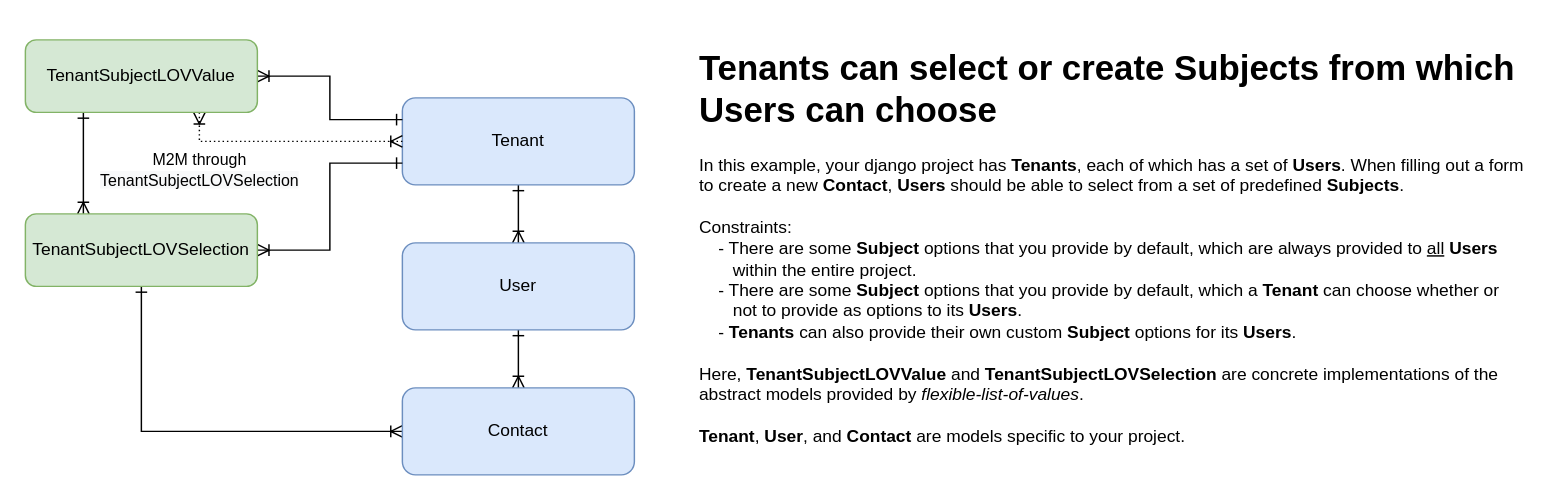
Above: page "Page-1" (1 of 2) of docs/media/FlexibleLOVDescription.drawio in OmenApps/flexible-list-of-values (draw.io), before the change. Source tidied: cells renumbered, new cells numbered last; positions are measured from the earlier drawing's top-left corner, leaving out a move shared by most shapes. Both pictures are drawn from the tidied source at 145%, with x=0, y=0 at pixel (25, 39).
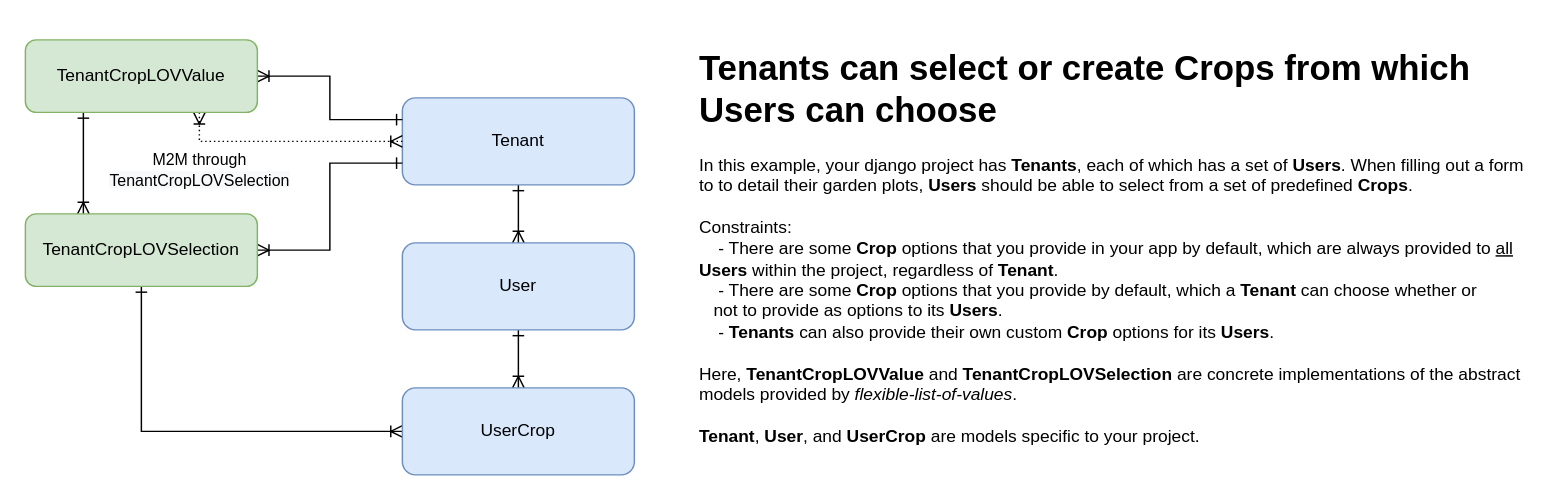
The same page after the edit.

Commit message (it also covers changes not shown here):
Update Readme and diagram to better explain the package

The edit, as a diff of the source:
```diff
@@
 <mxGraphModel>
   <root>
     <mxCell id="0" />
     <mxCell id="1" parent="0" />
     <mxCell id="2" style="edgeStyle=orthogonalEdgeStyle;rounded=0;jettySize=auto;html=1;exitX=0.5;exitY=1;exitDx=0;exitDy=0;endArrow=ERoneToMany;endFill=0;startArrow=ERone;startFill=0;" parent="1" edge="1" source="3" target="12">
       <mxGeometry relative="1" as="geometry" />
     </mxCell>
     <mxCell id="3" value="Tenant" style="rounded=1;whiteSpace=wrap;html=1;fillColor=#dae8fc;strokeColor=#6c8ebf;" parent="1" vertex="1">
       <mxGeometry x="260" y="40" width="160" height="60" as="geometry" />
     </mxCell>
     <mxCell id="4" style="edgeStyle=orthogonalEdgeStyle;rounded=0;jettySize=auto;html=1;exitX=0;exitY=0.25;exitDx=0;exitDy=0;entryX=1;entryY=0.5;entryDx=0;entryDy=0;startArrow=ERone;startFill=0;endArrow=ERoneToMany;endFill=0;" parent="1" edge="1" source="3" target="7">
       <mxGeometry relative="1" as="geometry" />
     </mxCell>
     <mxCell id="5" style="edgeStyle=orthogonalEdgeStyle;rounded=0;jettySize=auto;html=1;exitX=0.25;exitY=1;exitDx=0;exitDy=0;entryX=0.25;entryY=0;entryDx=0;entryDy=0;startArrow=ERone;startFill=0;endArrow=ERoneToMany;endFill=0;" parent="1" edge="1" source="7" target="10">
       <mxGeometry relative="1" as="geometry" />
     </mxCell>
-    <mxCell id="6" value="&lt;font style=&quot;font-size: 11px&quot;&gt;M2M through&lt;span style=&quot;background-color: rgb(255 , 255 , 255)&quot;&gt;&lt;br&gt;&lt;/span&gt;&lt;span style=&quot;background-color: rgb(248 , 249 , 250)&quot;&gt;TenantSubjectLOVSelection&lt;/span&gt;&lt;/font&gt;" style="edgeStyle=orthogonalEdgeStyle;rounded=0;jettySize=auto;html=1;exitX=0.75;exitY=1;exitDx=0;exitDy=0;entryX=0;entryY=0.5;entryDx=0;entryDy=0;startArrow=ERoneToMany;startFill=0;endArrow=ERoneToMany;endFill=0;dashed=1;dashPattern=1 2;" parent="1" edge="1" source="7" target="3">
+    <mxCell id="6" value="&lt;font style=&quot;font-size: 11px&quot;&gt;M2M through&lt;span style=&quot;background-color: rgb(255 , 255 , 255)&quot;&gt;&lt;br&gt;&lt;/span&gt;&lt;span style=&quot;background-color: rgb(248 , 249 , 250)&quot;&gt;TenantCropLOVSelection&lt;/span&gt;&lt;/font&gt;" style="edgeStyle=orthogonalEdgeStyle;rounded=0;jettySize=auto;html=1;exitX=0.75;exitY=1;exitDx=0;exitDy=0;entryX=0;entryY=0.5;entryDx=0;entryDy=0;startArrow=ERoneToMany;startFill=0;endArrow=ERoneToMany;endFill=0;dashed=1;dashPattern=1 2;" parent="1" edge="1" source="7" target="3">
       <mxGeometry x="-0.75" y="-20" relative="1" as="geometry" />
     </mxCell>
-    <mxCell id="7" value="TenantSubjectLOVValue" style="rounded=1;whiteSpace=wrap;html=1;fillColor=#d5e8d4;strokeColor=#82b366;" parent="1" vertex="1">
+    <mxCell id="7" value="TenantCropLOVValue" style="rounded=1;whiteSpace=wrap;html=1;fillColor=#d5e8d4;strokeColor=#82b366;" parent="1" vertex="1">
       <mxGeometry width="160" height="50" as="geometry" />
     </mxCell>
     <mxCell id="8" style="edgeStyle=orthogonalEdgeStyle;rounded=0;jettySize=auto;html=1;exitX=0;exitY=0.75;exitDx=0;exitDy=0;entryX=1;entryY=0.5;entryDx=0;entryDy=0;startArrow=ERone;startFill=0;endArrow=ERoneToMany;endFill=0;" parent="1" edge="1" source="3" target="10">
       <mxGeometry relative="1" as="geometry" />
     </mxCell>
     <mxCell id="9" style="edgeStyle=orthogonalEdgeStyle;rounded=0;jettySize=auto;html=1;exitX=0.5;exitY=1;exitDx=0;exitDy=0;entryX=0;entryY=0.5;entryDx=0;entryDy=0;startArrow=ERone;startFill=0;endArrow=ERoneToMany;endFill=0;" parent="1" edge="1" source="10" target="13">
       <mxGeometry relative="1" as="geometry" />
     </mxCell>
-    <mxCell id="10" value="TenantSubjectLOVSelection" style="rounded=1;whiteSpace=wrap;html=1;fillColor=#d5e8d4;strokeColor=#82b366;" parent="1" vertex="1">
+    <mxCell id="10" value="TenantCropLOVSelection" style="rounded=1;whiteSpace=wrap;html=1;fillColor=#d5e8d4;strokeColor=#82b366;" parent="1" vertex="1">
       <mxGeometry y="120" width="160" height="50" as="geometry" />
     </mxCell>
     <mxCell id="11" style="edgeStyle=orthogonalEdgeStyle;rounded=0;jettySize=auto;html=1;exitX=0.5;exitY=1;exitDx=0;exitDy=0;entryX=0.5;entryY=0;entryDx=0;entryDy=0;startArrow=ERone;startFill=0;endArrow=ERoneToMany;endFill=0;" parent="1" edge="1" source="12" target="13">
       <mxGeometry relative="1" as="geometry" />
     </mxCell>
     <mxCell id="12" value="User" style="rounded=1;whiteSpace=wrap;html=1;fillColor=#dae8fc;strokeColor=#6c8ebf;" parent="1" vertex="1">
       <mxGeometry x="260" y="140" width="160" height="60" as="geometry" />
     </mxCell>
-    <mxCell id="13" value="Contact" style="rounded=1;whiteSpace=wrap;html=1;fillColor=#dae8fc;strokeColor=#6c8ebf;" parent="1" vertex="1">
+    <mxCell id="13" value="UserCrop" style="rounded=1;whiteSpace=wrap;html=1;fillColor=#dae8fc;strokeColor=#6c8ebf;" parent="1" vertex="1">
       <mxGeometry x="260" y="240" width="160" height="60" as="geometry" />
     </mxCell>
-    <mxCell id="14" value="&lt;h1&gt;Tenants can select or create Subjects from which Users can choose&lt;/h1&gt;&lt;p&gt;&lt;/p&gt;&lt;span style=&quot;text-align: center&quot;&gt;&lt;div style=&quot;text-align: left&quot;&gt;In this example, your django project has &lt;b&gt;Tenants&lt;/b&gt;, each of which has a set of &lt;b&gt;Users&lt;/b&gt;. When filling out a form to create a new &lt;b&gt;Contact&lt;/b&gt;, &lt;b&gt;Users&lt;/b&gt; should be able to select from a set of predefined&amp;nbsp;&lt;b&gt;Subjects&lt;/b&gt;.&lt;/div&gt;&lt;div style=&quot;text-align: left&quot;&gt;&lt;span&gt;&lt;br&gt;&lt;/span&gt;&lt;/div&gt;&lt;div style=&quot;text-align: left&quot;&gt;&lt;span&gt;Constraints:&lt;/span&gt;&lt;/div&gt;&lt;div style=&quot;text-align: left&quot;&gt;&amp;nbsp; &amp;nbsp; - There are some &lt;b&gt;Subject&lt;/b&gt; options that you provide by default, which are always provided to &lt;u&gt;all&lt;/u&gt; &lt;b&gt;Users&lt;/b&gt;&amp;nbsp; &amp;nbsp; &amp;nbsp; &amp;nbsp; &amp;nbsp; &amp;nbsp; &amp;nbsp;&lt;span&gt;within the entire project.&lt;/span&gt;&lt;/div&gt;&lt;div style=&quot;text-align: left&quot;&gt;&amp;nbsp; &amp;nbsp; - There are some &lt;b&gt;Subject&lt;/b&gt; options that you provide by default, which a &lt;b&gt;Tenant&lt;/b&gt; can choose whether or&amp;nbsp; &amp;nbsp; &amp;nbsp; &amp;nbsp; &amp;nbsp; &amp;nbsp; &amp;nbsp;not to provide as options to its &lt;b&gt;Users&lt;/b&gt;.&lt;/div&gt;&lt;div style=&quot;text-align: left&quot;&gt;&amp;nbsp; &amp;nbsp; - &lt;b&gt;Tenants&lt;/b&gt; can also provide their own custom &lt;b&gt;Subject&lt;/b&gt; options for its &lt;b&gt;Users&lt;/b&gt;.&lt;/div&gt;&lt;div style=&quot;text-align: left&quot;&gt;&lt;span&gt;&lt;br&gt;&lt;/span&gt;&lt;/div&gt;&lt;div style=&quot;text-align: left&quot;&gt;&lt;span&gt;Here,&amp;nbsp;&lt;b&gt;TenantSubjectLOVValue&lt;/b&gt; and&amp;nbsp;&lt;/span&gt;&lt;span&gt;&lt;b&gt;TenantSubjectLOVSelection&lt;/b&gt; are concrete implementations of the abstract models provided by&amp;nbsp;&lt;/span&gt;&lt;i style=&quot;text-align: left&quot;&gt;flexible-list-of-values&lt;/i&gt;&lt;span style=&quot;text-align: left&quot;&gt;.&lt;/span&gt;&lt;/div&gt;&lt;div style=&quot;text-align: left&quot;&gt;&lt;span style=&quot;text-align: left&quot;&gt;&lt;br&gt;&lt;/span&gt;&lt;/div&gt;&lt;div style=&quot;text-align: left&quot;&gt;&lt;span style=&quot;text-align: left&quot;&gt;&lt;b&gt;Tenant&lt;/b&gt;, &lt;b&gt;User&lt;/b&gt;, and &lt;b&gt;Contact&lt;/b&gt; are models specific to your project.&lt;/span&gt;&lt;/div&gt;&lt;/span&gt;" style="text;html=1;strokeColor=none;fillColor=none;spacing=5;spacingTop=-20;whiteSpace=wrap;overflow=hidden;rounded=0;" parent="1" vertex="1">
+    <mxCell id="14" value="&lt;h1&gt;Tenants can select or create Crops from which Users can choose&lt;/h1&gt;&lt;p&gt;&lt;/p&gt;&lt;span style=&quot;text-align: center&quot;&gt;&lt;div style=&quot;text-align: left&quot;&gt;In this example, your django project has &lt;b&gt;Tenants&lt;/b&gt;, each of which has a set of &lt;b&gt;Users&lt;/b&gt;. When filling out a form to to detail their garden plots, &lt;b&gt;Users&lt;/b&gt; should be able to select from a set of predefined&amp;nbsp;&lt;b&gt;Crops&lt;/b&gt;.&lt;/div&gt;&lt;div style=&quot;text-align: left&quot;&gt;&lt;span&gt;&lt;br&gt;&lt;/span&gt;&lt;/div&gt;&lt;div style=&quot;text-align: left&quot;&gt;&lt;span&gt;Constraints:&lt;/span&gt;&lt;/div&gt;&lt;div style=&quot;text-align: left&quot;&gt;&amp;nbsp; &amp;nbsp; - There are some &lt;b&gt;Crop&lt;/b&gt; options that you provide in your app by default, which are always provided to &lt;u&gt;all&lt;/u&gt; &lt;b&gt;Users &lt;/b&gt;within the project,&lt;b&gt;&amp;nbsp;&lt;/b&gt;&lt;span&gt;regardless of &lt;/span&gt;&lt;b&gt;Tenant&lt;/b&gt;&lt;span&gt;.&lt;/span&gt;&lt;/div&gt;&lt;/span&gt;&lt;span style=&quot;text-align: center&quot;&gt;&lt;div style=&quot;text-align: left&quot;&gt;&amp;nbsp; &amp;nbsp; - There are some &lt;b&gt;Crop&lt;/b&gt; options that you provide by default, which a &lt;b&gt;Tenant&lt;/b&gt; can choose whether or&amp;nbsp; &amp;nbsp; &amp;nbsp; &amp;nbsp; &amp;nbsp; &amp;nbsp; &amp;nbsp;not to provide as options to its &lt;b&gt;Users&lt;/b&gt;.&lt;/div&gt;&lt;div style=&quot;text-align: left&quot;&gt;&amp;nbsp; &amp;nbsp; - &lt;b&gt;Tenants&lt;/b&gt; can also provide their own custom &lt;b&gt;Crop&lt;/b&gt; options for its &lt;b&gt;Users&lt;/b&gt;.&lt;/div&gt;&lt;div style=&quot;text-align: left&quot;&gt;&lt;span&gt;&lt;br&gt;&lt;/span&gt;&lt;/div&gt;&lt;div style=&quot;text-align: left&quot;&gt;&lt;span&gt;Here,&amp;nbsp;&lt;b&gt;TenantCropLOVValue&lt;/b&gt; and&amp;nbsp;&lt;/span&gt;&lt;span&gt;&lt;b&gt;TenantCropLOVSelection&lt;/b&gt; are concrete implementations of the abstract models provided by&amp;nbsp;&lt;/span&gt;&lt;i style=&quot;text-align: left&quot;&gt;flexible-list-of-values&lt;/i&gt;&lt;span style=&quot;text-align: left&quot;&gt;.&lt;/span&gt;&lt;/div&gt;&lt;div style=&quot;text-align: left&quot;&gt;&lt;span style=&quot;text-align: left&quot;&gt;&lt;br&gt;&lt;/span&gt;&lt;/div&gt;&lt;div style=&quot;text-align: left&quot;&gt;&lt;span style=&quot;text-align: left&quot;&gt;&lt;b&gt;Tenant&lt;/b&gt;, &lt;b&gt;User&lt;/b&gt;, and &lt;b&gt;UserCrop&lt;/b&gt; are models specific to your project.&lt;/span&gt;&lt;/div&gt;&lt;/span&gt;" style="text;html=1;strokeColor=none;fillColor=none;spacing=5;spacingTop=-20;whiteSpace=wrap;overflow=hidden;rounded=0;" parent="1" vertex="1">
       <mxGeometry x="460" width="580" height="280" as="geometry" />
     </mxCell>
   </root>
 </mxGraphModel>
```
